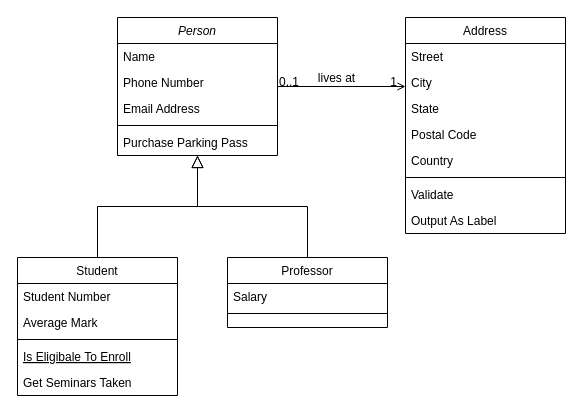
NurulNajwa272/Week2ClassDiagram keeps this draw.io diagram as Exercise2ClassDiagram.drawio. Above is the earlier version. Source tidied: cells renumbered, new cells numbered last; positions are measured from the earlier drawing's top-left corner, leaving out a move shared by most shapes. Both pictures are drawn from the tidied source at 100%, with x=0, y=0 at pixel (17, 17).
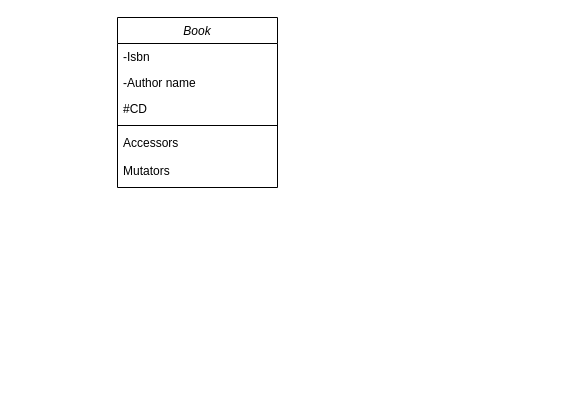
The same page after the edit.

Change to the diagram source:
```diff
@@
-    <mxCell id="2" value="Person" style="swimlane;fontStyle=2;align=center;verticalAlign=top;horizontal=1;startSize=26;rounded=0;shadow=0;strokeWidth=1;" parent="1" vertex="1">
-      <mxGeometry x="100" width="160" height="138" as="geometry" />
+    <mxCell id="2" value="Book" style="swimlane;fontStyle=2;align=center;verticalAlign=top;horizontal=1;startSize=26;rounded=0;shadow=0;strokeWidth=1;" parent="1" vertex="1">
+      <mxGeometry x="100" width="160" height="170" as="geometry" />
     </mxCell>
-    <mxCell id="3" value="Name" style="text;align=left;verticalAlign=top;spacingLeft=4;spacingRight=4;overflow=hidden;" parent="2" vertex="1">
+    <mxCell id="3" value="-Isbn" style="text;align=left;verticalAlign=top;spacingLeft=4;spacingRight=4;overflow=hidden;" parent="2" vertex="1">
       <mxGeometry y="26" width="160" height="26" as="geometry" />
     </mxCell>
-    <mxCell id="4" value="Phone Number" style="text;align=left;verticalAlign=top;spacingLeft=4;spacingRight=4;overflow=hidden;rounded=0;shadow=0;html=0;" parent="2" vertex="1">
+    <mxCell id="4" value="-Author name" style="text;align=left;verticalAlign=top;spacingLeft=4;spacingRight=4;overflow=hidden;rounded=0;shadow=0;html=0;" parent="2" vertex="1">
       <mxGeometry y="52" width="160" height="26" as="geometry" />
     </mxCell>
-    <mxCell id="5" value="Email Address" style="text;align=left;verticalAlign=top;spacingLeft=4;spacingRight=4;overflow=hidden;rounded=0;shadow=0;html=0;" parent="2" vertex="1">
+    <mxCell id="5" value="#CD" style="text;align=left;verticalAlign=top;spacingLeft=4;spacingRight=4;overflow=hidden;rounded=0;shadow=0;html=0;" parent="2" vertex="1">
       <mxGeometry y="78" width="160" height="26" as="geometry" />
     </mxCell>
@@
-    <mxCell id="7" value="Purchase Parking Pass" style="text;align=left;verticalAlign=top;spacingLeft=4;spacingRight=4;overflow=hidden;" parent="2" vertex="1">
-      <mxGeometry y="112" width="160" height="26" as="geometry" />
+    <mxCell id="7" value="Accessors&#10;&#10;Mutators" style="text;align=left;verticalAlign=top;spacingLeft=4;spacingRight=4;overflow=hidden;" parent="2" vertex="1">
+      <mxGeometry y="112" width="160" height="58" as="geometry" />
     </mxCell>
-    <mxCell id="8" value="Student" style="swimlane;fontStyle=0;align=center;verticalAlign=top;horizontal=1;startSize=26;rounded=0;shadow=0;strokeWidth=1;" parent="1" vertex="1">
-      <mxGeometry y="240" width="160" height="138" as="geometry" />
-    </mxCell>
-    <mxCell id="9" value="Student Number" style="text;align=left;verticalAlign=top;spacingLeft=4;spacingRight=4;overflow=hidden;" parent="8" vertex="1">
-      <mxGeometry y="26" width="160" height="26" as="geometry" />
-    </mxCell>
-    <mxCell id="10" value="Average Mark" style="text;align=left;verticalAlign=top;spacingLeft=4;spacingRight=4;overflow=hidden;rounded=0;shadow=0;html=0;" parent="8" vertex="1">
-      <mxGeometry y="52" width="160" height="26" as="geometry" />
-    </mxCell>
-    <mxCell id="11" style="line;html=1;strokeWidth=1;align=left;verticalAlign=middle;spacingTop=-1;spacingLeft=3;spacingRight=3;labelPosition=right;" parent="8" vertex="1">
-      <mxGeometry y="78" width="160" height="8" as="geometry" />
-    </mxCell>
-    <mxCell id="12" value="Is Eligibale To Enroll" style="text;align=left;verticalAlign=top;spacingLeft=4;spacingRight=4;overflow=hidden;fontStyle=4;" parent="8" vertex="1">
-      <mxGeometry y="86" width="160" height="26" as="geometry" />
-    </mxCell>
-    <mxCell id="13" value="Get Seminars Taken" style="text;align=left;verticalAlign=top;spacingLeft=4;spacingRight=4;overflow=hidden;" parent="8" vertex="1">
-      <mxGeometry y="112" width="160" height="26" as="geometry" />
-    </mxCell>
-    <mxCell id="14" style="endArrow=block;endSize=10;endFill=0;shadow=0;strokeWidth=1;rounded=0;edgeStyle=elbowEdgeStyle;elbow=vertical;" parent="1" edge="1" source="8" target="2">
-      <mxGeometry relative="1" as="geometry" />
-    </mxCell>
-    <mxCell id="15" value="Professor" style="swimlane;fontStyle=0;align=center;verticalAlign=top;horizontal=1;startSize=26;rounded=0;shadow=0;strokeWidth=1;" parent="1" vertex="1">
-      <mxGeometry x="210" y="240" width="160" height="70" as="geometry" />
-    </mxCell>
-    <mxCell id="16" value="Salary" style="text;align=left;verticalAlign=top;spacingLeft=4;spacingRight=4;overflow=hidden;" parent="15" vertex="1">
-      <mxGeometry y="26" width="160" height="26" as="geometry" />
-    </mxCell>
-    <mxCell id="17" style="line;html=1;strokeWidth=1;align=left;verticalAlign=middle;spacingTop=-1;spacingLeft=3;spacingRight=3;labelPosition=right;" parent="15" vertex="1">
-      <mxGeometry y="52" width="160" height="8" as="geometry" />
-    </mxCell>
-    <mxCell id="18" style="endArrow=block;endSize=10;endFill=0;shadow=0;strokeWidth=1;rounded=0;edgeStyle=elbowEdgeStyle;elbow=vertical;" parent="1" edge="1" source="15" target="2">
-      <mxGeometry relative="1" as="geometry" />
-    </mxCell>
-    <mxCell id="19" value="Address" style="swimlane;fontStyle=0;align=center;verticalAlign=top;horizontal=1;startSize=26;rounded=0;shadow=0;strokeWidth=1;" parent="1" vertex="1">
-      <mxGeometry x="388" width="160" height="216" as="geometry" />
-    </mxCell>
-    <mxCell id="20" value="Street" style="text;align=left;verticalAlign=top;spacingLeft=4;spacingRight=4;overflow=hidden;" parent="19" vertex="1">
-      <mxGeometry y="26" width="160" height="26" as="geometry" />
-    </mxCell>
-    <mxCell id="21" value="City" style="text;align=left;verticalAlign=top;spacingLeft=4;spacingRight=4;overflow=hidden;rounded=0;shadow=0;html=0;" parent="19" vertex="1">
-      <mxGeometry y="52" width="160" height="26" as="geometry" />
-    </mxCell>
-    <mxCell id="22" value="State" style="text;align=left;verticalAlign=top;spacingLeft=4;spacingRight=4;overflow=hidden;rounded=0;shadow=0;html=0;" parent="19" vertex="1">
-      <mxGeometry y="78" width="160" height="26" as="geometry" />
-    </mxCell>
-    <mxCell id="23" value="Postal Code" style="text;align=left;verticalAlign=top;spacingLeft=4;spacingRight=4;overflow=hidden;rounded=0;shadow=0;html=0;" parent="19" vertex="1">
-      <mxGeometry y="104" width="160" height="26" as="geometry" />
-    </mxCell>
-    <mxCell id="24" value="Country" style="text;align=left;verticalAlign=top;spacingLeft=4;spacingRight=4;overflow=hidden;rounded=0;shadow=0;html=0;" parent="19" vertex="1">
-      <mxGeometry y="130" width="160" height="26" as="geometry" />
-    </mxCell>
-    <mxCell id="25" style="line;html=1;strokeWidth=1;align=left;verticalAlign=middle;spacingTop=-1;spacingLeft=3;spacingRight=3;labelPosition=right;" parent="19" vertex="1">
-      <mxGeometry y="156" width="160" height="8" as="geometry" />
-    </mxCell>
-    <mxCell id="26" value="Validate" style="text;align=left;verticalAlign=top;spacingLeft=4;spacingRight=4;overflow=hidden;" parent="19" vertex="1">
-      <mxGeometry y="164" width="160" height="26" as="geometry" />
-    </mxCell>
-    <mxCell id="27" value="Output As Label" style="text;align=left;verticalAlign=top;spacingLeft=4;spacingRight=4;overflow=hidden;" parent="19" vertex="1">
-      <mxGeometry y="190" width="160" height="26" as="geometry" />
-    </mxCell>
-    <mxCell id="28" style="endArrow=open;shadow=0;strokeWidth=1;rounded=0;endFill=1;edgeStyle=elbowEdgeStyle;elbow=vertical;" parent="1" edge="1" source="2" target="19">
-      <mxGeometry x="0.5" y="41" relative="1" as="geometry">
-        <mxPoint x="-40" y="32" as="offset" />
-      </mxGeometry>
-    </mxCell>
-    <mxCell id="29" value="0..1" style="align=left;verticalAlign=bottom;labelBackgroundColor=none;fontSize=12;" parent="28" vertex="1">
-      <mxGeometry x="-1" relative="1" as="geometry">
-        <mxPoint y="4" as="offset" />
-      </mxGeometry>
-    </mxCell>
-    <mxCell id="30" value="1" style="align=right;verticalAlign=bottom;labelBackgroundColor=none;fontSize=12;" parent="28" vertex="1">
-      <mxGeometry x="1" relative="1" as="geometry">
-        <mxPoint x="-7" y="4" as="offset" />
-      </mxGeometry>
-    </mxCell>
-    <mxCell id="31" value="lives at" style="text;html=1;align=center;verticalAlign=middle;labelBackgroundColor=none;rounded=0;shadow=0;strokeWidth=1;fontSize=12;" parent="28" vertex="1">
-      <mxGeometry x="0.5" y="49" relative="1" as="geometry">
-        <mxPoint x="-38" y="40" as="offset" />
-      </mxGeometry>
-    </mxCell>
```
